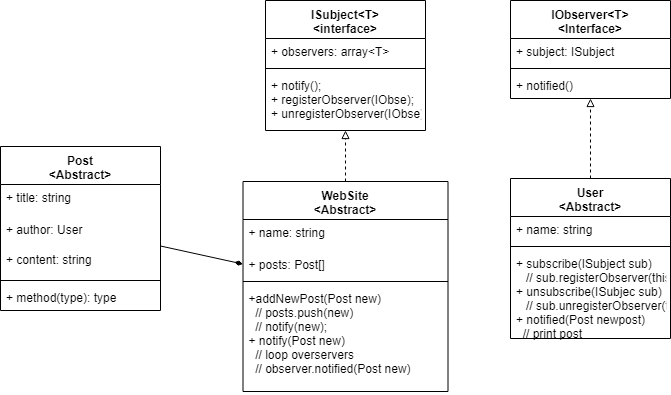
The draw.io diagram observer_pattern.png in stsiwo/typeScript_workspace, before a commit. Source tidied: cells renumbered, new cells last; positions are measured from the earlier drawing's top-left corner, leaving out a move shared by most shapes.
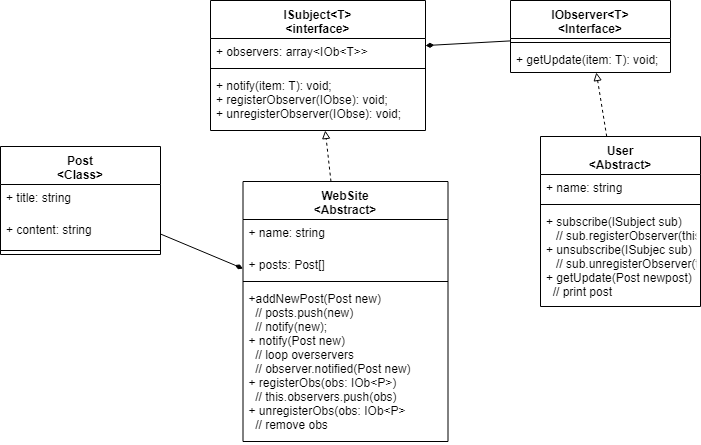
Later version of the same file.

Diff of the diagram source:
```diff
@@ -3,34 +3,34 @@
     <mxCell id="0" />
     <mxCell id="1" parent="0" />
     <mxCell id="2" value="ISubject&lt;T&gt;&#10;&lt;interface&gt;&#10;" style="swimlane;fontStyle=1;align=center;verticalAlign=top;horizontal=1;startSize=38;" parent="1" vertex="1">
-      <mxGeometry x="265" width="160" height="130" as="geometry" />
+      <mxGeometry x="210" width="215" height="130" as="geometry" />
     </mxCell>
-    <mxCell id="3" value="+ observers: array&lt;T&gt;" style="text;strokeColor=none;fillColor=none;align=left;verticalAlign=top;spacingLeft=4;spacingRight=4;overflow=hidden;points=[[0,0.5],[1,0.5]];portConstraint=eastwest;" parent="2" vertex="1">
-      <mxGeometry y="38" width="160" height="26" as="geometry" />
+    <mxCell id="3" value="+ observers: array&lt;IOb&lt;T&gt;&gt;" style="text;strokeColor=none;fillColor=none;align=left;verticalAlign=top;spacingLeft=4;spacingRight=4;overflow=hidden;points=[[0,0.5],[1,0.5]];portConstraint=eastwest;" parent="2" vertex="1">
+      <mxGeometry y="38" width="215" height="26" as="geometry" />
     </mxCell>
     <mxCell id="4" style="line;strokeWidth=1;fillColor=none;align=left;verticalAlign=middle;spacingTop=-1;spacingLeft=3;spacingRight=3;labelPosition=right;" parent="2" vertex="1">
-      <mxGeometry y="64" width="160" height="8" as="geometry" />
+      <mxGeometry y="64" width="215" height="8" as="geometry" />
     </mxCell>
-    <mxCell id="5" value="+ notify();&#10;+ registerObserver(IObse);&#10;+ unregisterObserver(IObse);&#10;" style="text;strokeColor=none;fillColor=none;align=left;verticalAlign=top;spacingLeft=4;spacingRight=4;overflow=hidden;" parent="2" vertex="1">
-      <mxGeometry y="72" width="160" height="58" as="geometry" />
+    <mxCell id="5" value="+ notify(item: T): void;&#10;+ registerObserver(IObse): void;&#10;+ unregisterObserver(IObse): void;&#10;" style="text;strokeColor=none;fillColor=none;align=left;verticalAlign=top;spacingLeft=4;spacingRight=4;overflow=hidden;" parent="2" vertex="1">
+      <mxGeometry y="72" width="215" height="58" as="geometry" />
     </mxCell>
+    <mxCell id="28" style="edgeStyle=none;rounded=0;html=1;startArrow=none;startFill=0;endArrow=diamondThin;endFill=1;jettySize=auto;" parent="1" edge="1" source="6" target="3">
+      <mxGeometry relative="1" as="geometry" />
+    </mxCell>
     <mxCell id="6" value="IObserver&lt;T&gt;&#10;&lt;Interface&gt;&#10;" style="swimlane;fontStyle=1;align=center;verticalAlign=top;horizontal=1;startSize=38;" parent="1" vertex="1">
-      <mxGeometry x="510" width="160" height="98" as="geometry" />
+      <mxGeometry x="510" width="160" height="72" as="geometry" />
     </mxCell>
-    <mxCell id="7" value="+ subject: ISubject" style="text;strokeColor=none;fillColor=none;align=left;verticalAlign=top;spacingLeft=4;spacingRight=4;overflow=hidden;" parent="6" vertex="1">
-      <mxGeometry y="38" width="160" height="26" as="geometry" />
-    </mxCell>
     <mxCell id="8" style="line;strokeWidth=1;fillColor=none;align=left;verticalAlign=middle;spacingTop=-1;spacingLeft=3;spacingRight=3;labelPosition=right;" parent="6" vertex="1">
-      <mxGeometry y="64" width="160" height="8" as="geometry" />
+      <mxGeometry y="38" width="160" height="8" as="geometry" />
     </mxCell>
-    <mxCell id="9" value="+ notified()" style="text;strokeColor=none;fillColor=none;align=left;verticalAlign=top;spacingLeft=4;spacingRight=4;overflow=hidden;" parent="6" vertex="1">
-      <mxGeometry y="72" width="160" height="26" as="geometry" />
+    <mxCell id="9" value="+ getUpdate(item: T): void;" style="text;strokeColor=none;fillColor=none;align=left;verticalAlign=top;spacingLeft=4;spacingRight=4;overflow=hidden;" parent="6" vertex="1">
+      <mxGeometry y="46" width="160" height="26" as="geometry" />
     </mxCell>
     <mxCell id="10" style="edgeStyle=none;rounded=0;html=1;startArrow=none;startFill=0;endArrow=block;endFill=0;jettySize=auto;dashed=1;" parent="1" edge="1" source="11" target="6">
       <mxGeometry relative="1" as="geometry" />
     </mxCell>
     <mxCell id="11" value="User&#10;&lt;Abstract&gt;&#10;" style="swimlane;fontStyle=1;align=center;verticalAlign=top;horizontal=1;startSize=38;" parent="1" vertex="1">
-      <mxGeometry x="510" y="178" width="160" height="160" as="geometry" />
+      <mxGeometry x="540" y="136" width="160" height="170" as="geometry" />
     </mxCell>
     <mxCell id="12" value="+ name: string" style="text;strokeColor=none;fillColor=none;align=left;verticalAlign=top;spacingLeft=4;spacingRight=4;overflow=hidden;" parent="11" vertex="1">
       <mxGeometry y="38" width="160" height="26" as="geometry" />
@@ -38,14 +38,14 @@
     <mxCell id="13" style="line;strokeWidth=1;fillColor=none;align=left;verticalAlign=middle;spacingTop=-1;spacingLeft=3;spacingRight=3;labelPosition=right;" parent="11" vertex="1">
       <mxGeometry y="64" width="160" height="8" as="geometry" />
     </mxCell>
-    <mxCell id="14" value="+ subscribe(ISubject sub)&#10;   // sub.registerObserver(this)&#10;+ unsubscribe(ISubjec sub)&#10;   // sub.unregisterObserver(this)&#10;+ notified(Post newpost)&#10;  // print post &#10;" style="text;strokeColor=none;fillColor=none;align=left;verticalAlign=top;spacingLeft=4;spacingRight=4;overflow=hidden;" parent="11" vertex="1">
-      <mxGeometry y="72" width="160" height="88" as="geometry" />
+    <mxCell id="14" value="+ subscribe(ISubject sub)&#10;   // sub.registerObserver(this)&#10;+ unsubscribe(ISubjec sub)&#10;   // sub.unregisterObserver(this)&#10;+ getUpdate(Post newpost)&#10;  // print post &#10;" style="text;strokeColor=none;fillColor=none;align=left;verticalAlign=top;spacingLeft=4;spacingRight=4;overflow=hidden;" parent="11" vertex="1">
+      <mxGeometry y="72" width="160" height="98" as="geometry" />
     </mxCell>
     <mxCell id="15" style="edgeStyle=none;rounded=0;html=1;dashed=1;startArrow=none;startFill=0;endArrow=block;endFill=0;jettySize=auto;" parent="1" edge="1" source="16" target="2">
       <mxGeometry relative="1" as="geometry" />
     </mxCell>
     <mxCell id="16" value="WebSite&#10;&lt;Abstract&gt;&#10;" style="swimlane;fontStyle=1;align=center;verticalAlign=top;horizontal=1;startSize=38;" parent="1" vertex="1">
-      <mxGeometry x="242.5" y="181" width="205" height="210" as="geometry" />
+      <mxGeometry x="242.5" y="181" width="205" height="260" as="geometry" />
     </mxCell>
     <mxCell id="17" value="+ name: string" style="text;strokeColor=none;fillColor=none;align=left;verticalAlign=top;spacingLeft=4;spacingRight=4;overflow=hidden;" parent="16" vertex="1">
       <mxGeometry y="38" width="205" height="32" as="geometry" />
@@ -56,29 +56,23 @@
     <mxCell id="19" style="line;strokeWidth=1;fillColor=none;align=left;verticalAlign=middle;spacingTop=-1;spacingLeft=3;spacingRight=3;labelPosition=right;" parent="16" vertex="1">
       <mxGeometry y="96" width="205" height="8" as="geometry" />
     </mxCell>
-    <mxCell id="20" value="+addNewPost(Post new)&#10;  // posts.push(new)&#10;  // notify(new);&#10;+ notify(Post new)&#10;  // loop overservers&#10;  // observer.notified(Post new)&#10;" style="text;strokeColor=none;fillColor=none;align=left;verticalAlign=top;spacingLeft=4;spacingRight=4;overflow=hidden;" parent="16" vertex="1">
-      <mxGeometry y="104" width="205" height="106" as="geometry" />
+    <mxCell id="20" value="+addNewPost(Post new)&#10;  // posts.push(new)&#10;  // notify(new);&#10;+ notify(Post new)&#10;  // loop overservers&#10;  // observer.notified(Post new)&#10;+ registerObs(obs: IOb&lt;P&gt;) &#10;  // this.observers.push(obs)&#10;+ unregisterObs(obs: IOb&lt;P&gt;&#10;  // remove obs" style="text;strokeColor=none;fillColor=none;align=left;verticalAlign=top;spacingLeft=4;spacingRight=4;overflow=hidden;" parent="16" vertex="1">
+      <mxGeometry y="104" width="205" height="156" as="geometry" />
     </mxCell>
     <mxCell id="21" style="edgeStyle=none;rounded=0;html=1;startArrow=none;startFill=0;endArrow=diamondThin;endFill=1;jettySize=auto;" parent="1" edge="1" source="22" target="16">
       <mxGeometry relative="1" as="geometry" />
     </mxCell>
-    <mxCell id="22" value="Post&#10;&lt;Abstract&gt;&#10;" style="swimlane;fontStyle=1;align=center;verticalAlign=top;horizontal=1;startSize=38;" parent="1" vertex="1">
-      <mxGeometry y="146" width="160" height="164" as="geometry" />
+    <mxCell id="22" value="Post&#10;&lt;Class&gt;&#10;" style="swimlane;fontStyle=1;align=center;verticalAlign=top;horizontal=1;startSize=38;" parent="1" vertex="1">
+      <mxGeometry y="146" width="160" height="108" as="geometry" />
     </mxCell>
     <mxCell id="23" value="+ title: string" style="text;strokeColor=none;fillColor=none;align=left;verticalAlign=top;spacingLeft=4;spacingRight=4;overflow=hidden;" parent="22" vertex="1">
       <mxGeometry y="38" width="160" height="32" as="geometry" />
     </mxCell>
-    <mxCell id="24" value="+ author: User" style="text;strokeColor=none;fillColor=none;align=left;verticalAlign=top;spacingLeft=4;spacingRight=4;overflow=hidden;" parent="22" vertex="1">
-      <mxGeometry y="70" width="160" height="30" as="geometry" />
-    </mxCell>
     <mxCell id="25" value="+ content: string" style="text;strokeColor=none;fillColor=none;align=left;verticalAlign=top;spacingLeft=4;spacingRight=4;overflow=hidden;" parent="22" vertex="1">
-      <mxGeometry y="100" width="160" height="30" as="geometry" />
+      <mxGeometry y="70" width="160" height="30" as="geometry" />
     </mxCell>
     <mxCell id="26" style="line;strokeWidth=1;fillColor=none;align=left;verticalAlign=middle;spacingTop=-1;spacingLeft=3;spacingRight=3;labelPosition=right;" parent="22" vertex="1">
-      <mxGeometry y="130" width="160" height="8" as="geometry" />
+      <mxGeometry y="100" width="160" height="8" as="geometry" />
     </mxCell>
-    <mxCell id="27" value="+ method(type): type" style="text;strokeColor=none;fillColor=none;align=left;verticalAlign=top;spacingLeft=4;spacingRight=4;overflow=hidden;" parent="22" vertex="1">
-      <mxGeometry y="138" width="160" height="26" as="geometry" />
-    </mxCell>
   </root>
 </mxGraphModel>
```
